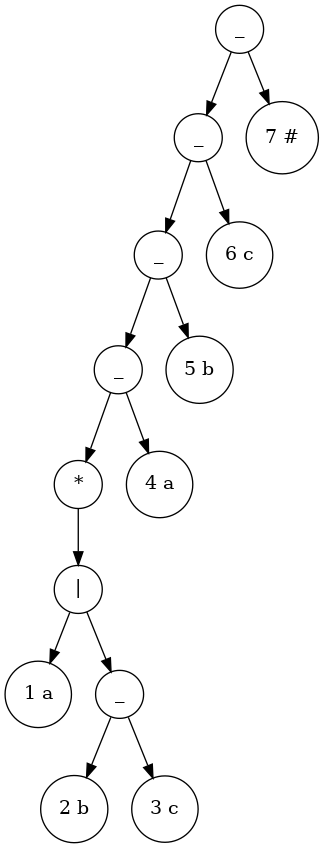
x6x4/LAB2_URGENCY keeps this Graphviz diagram as tree_output/tree_output.png. Above is the earlier version. Its source is kept beside it as tree_output/tree_output.dot.
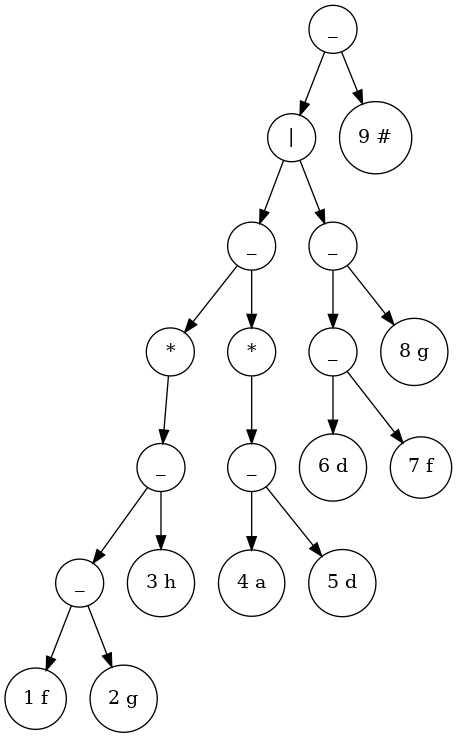
The same diagram one commit later.

Change to the diagram source:
```diff
@@ -1,30 +1,40 @@
 digraph Tree {
 node [shape=circle];
-93983000532752 [label="_"];
-93983000532752 -> 93983000532544;
-93983000532544 [label="_"];
-93983000532544 -> 93983000532448;
-93983000532448 [label="_"];
-93983000532448 -> 93983000532352;
-93983000532352 [label="_"];
-93983000532352 -> 93983000532256;
-93983000532256 [label="*"];
-93983000532256 -> 93983000532208;
-93983000532208 [label="|"];
-93983000532208 -> 93983000531648;
-93983000531648 [label="1 a"];
-93983000532208 -> 93983000532160;
-93983000532160 [label="_"];
-93983000532160 -> 93983000531840;
-93983000531840 [label="2 b"];
-93983000532160 -> 93983000532000;
-93983000532000 [label="3 c"];
-93983000532352 -> 93983000532304;
-93983000532304 [label="4 a"];
-93983000532448 -> 93983000532400;
-93983000532400 [label="5 b"];
-93983000532544 -> 93983000532496;
-93983000532496 [label="6 c"];
-93983000532752 -> 93983000532592;
-93983000532592 [label="7 #"];
+93826611210512 [label="_"];
+93826611210512 -> 93826611210304;
+93826611210304 [label="|"];
+93826611210304 -> 93826611210016;
+93826611210016 [label="_"];
+93826611210016 -> 93826611209552;
+93826611209552 [label="*"];
+93826611209552 -> 93826611209504;
+93826611209504 [label="_"];
+93826611209504 -> 93826611209296;
+93826611209296 [label="_"];
+93826611209296 -> 93826611208944;
+93826611208944 [label="1 f"];
+93826611209296 -> 93826611209136;
+93826611209136 [label="2 g"];
+93826611209504 -> 93826611209344;
+93826611209344 [label="3 h"];
+93826611210016 -> 93826611209968;
+93826611209968 [label="*"];
+93826611209968 -> 93826611209920;
+93826611209920 [label="_"];
+93826611209920 -> 93826611209600;
+93826611209600 [label="4 a"];
+93826611209920 -> 93826611209760;
+93826611209760 [label="5 d"];
+93826611210304 -> 93826611210256;
+93826611210256 [label="_"];
+93826611210256 -> 93826611210160;
+93826611210160 [label="_"];
+93826611210160 -> 93826611210064;
+93826611210064 [label="6 d"];
+93826611210160 -> 93826611210112;
+93826611210112 [label="7 f"];
+93826611210256 -> 93826611210208;
+93826611210208 [label="8 g"];
+93826611210512 -> 93826611210352;
+93826611210352 [label="9 #"];
 }
```
